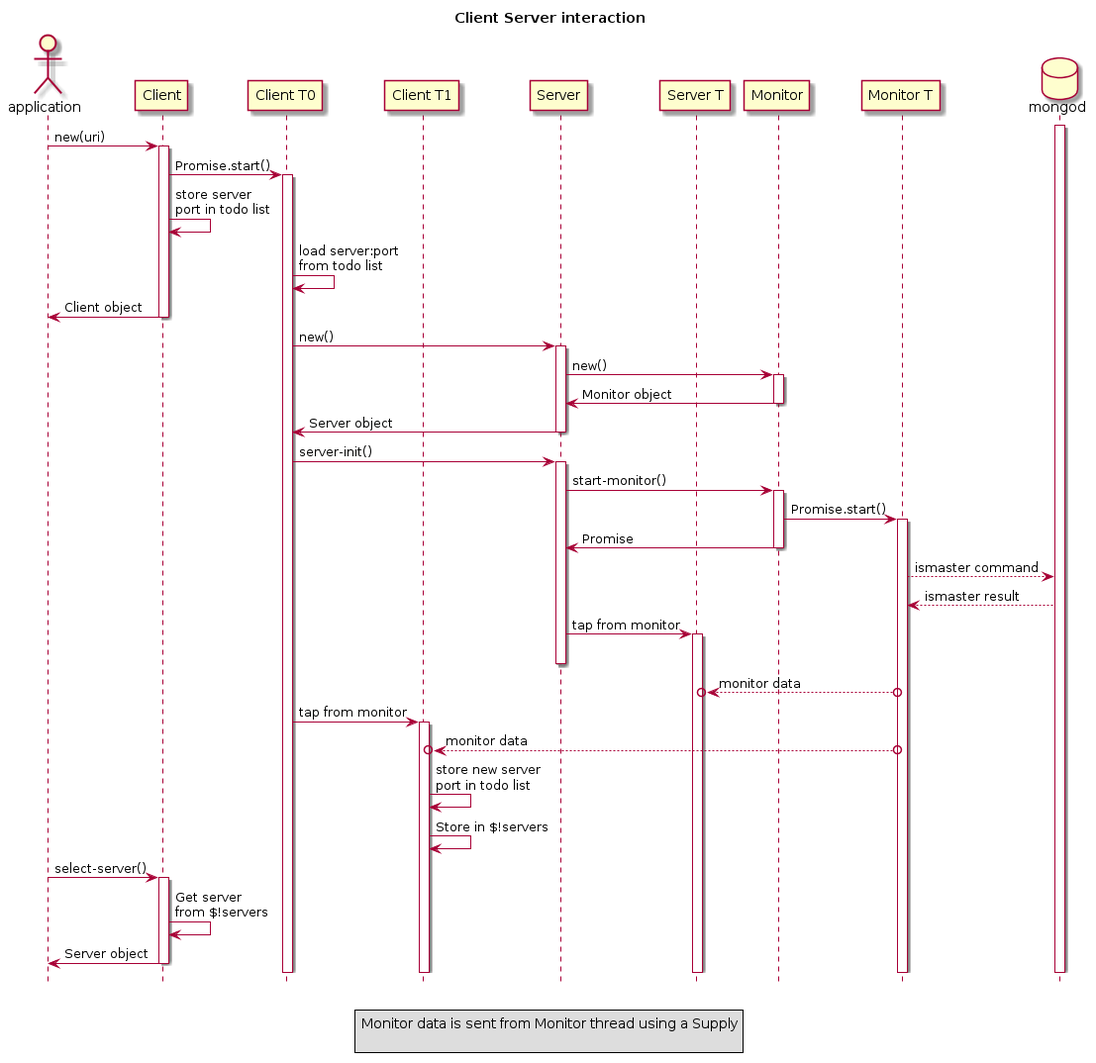
Before: doc/Design/client-server-int1.png, a diagram exported from PlantUML (MARTIMM/raku-mongodb-driver).
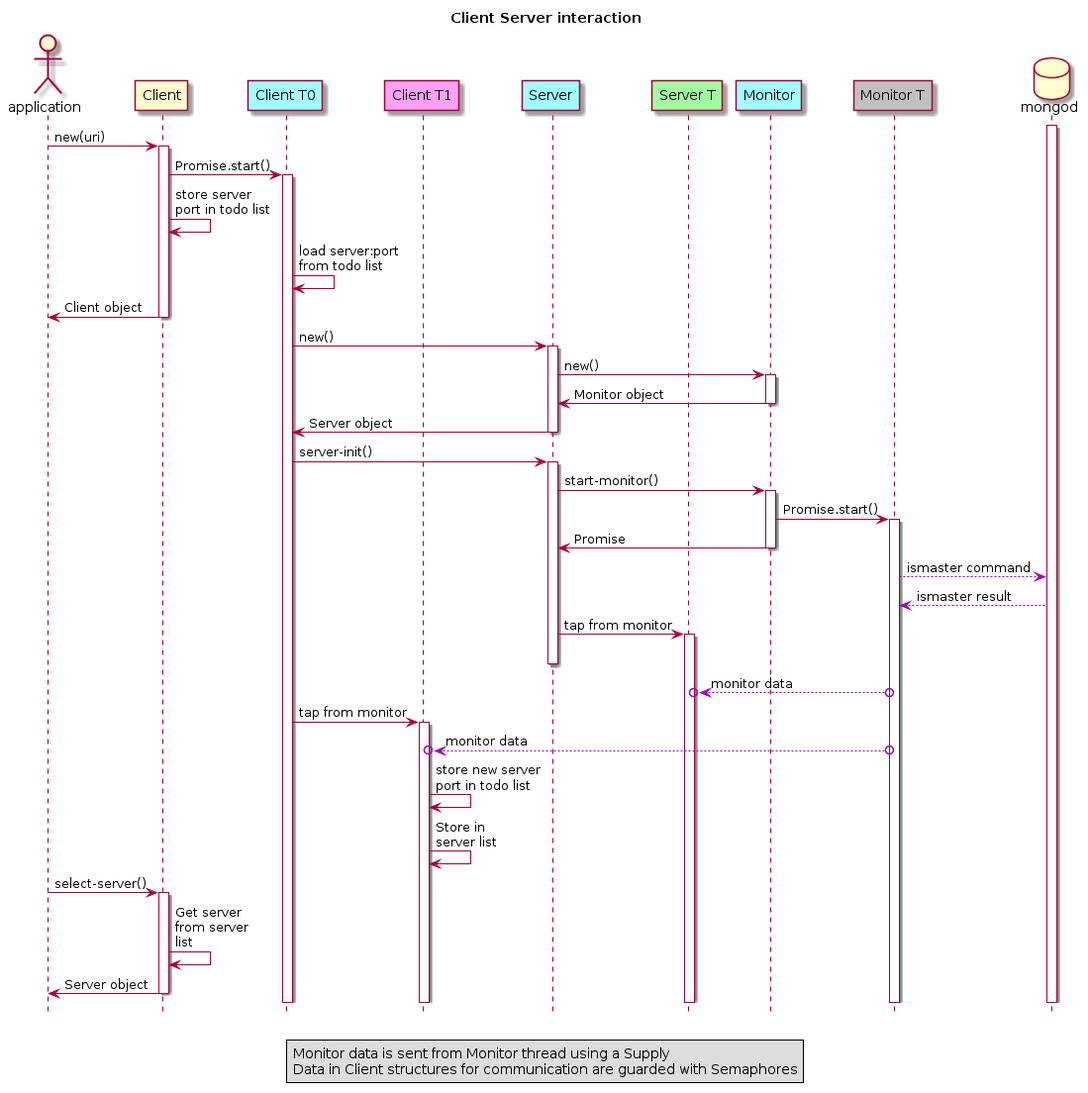
After the commit.

What changed in the source:
```diff
@@ -5,12 +5,12 @@
 
 actor application as app
 participant Client
-participant "Client T0" as Clt0
-participant "Client T1" as Clt1
-participant Server
-participant "Server T" as Srvt0
-participant Monitor
-participant "Monitor T" as Mnt0
+participant "Client T0" as Clt0 #a0fefe
+participant "Client T1" as Clt1 #fea0fe
+participant Server              #a0fefe
+participant "Server T" as Srvt0 #a0fea0
+participant Monitor             #a0fefe
+participant "Monitor T" as Mnt0 #c0c0c0
 database mongod
 activate mongod
 
@@ -46,36 +46,34 @@
 Monitor -> Server: Promise
 deactivate Monitor
 
-Mnt0 --> mongod: ismaster command
-mongod --> Mnt0: ismaster result
+Mnt0 -[#a000bf]-> mongod: ismaster command
+mongod -[#a000bf]-> Mnt0: ismaster result
 Server -> Srvt0: tap from monitor
 activate Srvt0
 deactivate Server
 
-Mnt0 o-->o Srvt0: monitor data
+Mnt0 o-[#a000bf]->o Srvt0: monitor data
 
 Clt0 -> Clt1: tap from monitor
 activate Clt1
-Mnt0 o-->o Clt1: monitor data
+Mnt0 o-[#a000bf]->o Clt1: monitor data
 
 Clt1 -> Clt1: store new server\nport in todo list
 
-Clt1 -> Clt1: Store in $!servers
-
-
+Clt1 -> Clt1: Store in\nserver list
 
 
 
 
 app -> Client: select-server()
 activate Client
-Client -> Client: Get server\nfrom $!servers
+Client -> Client: Get server\nfrom server\nlist
 Client -> app: Server object
 deactivate Client
 
 legend
 Monitor data is sent from Monitor thread using a Supply
-
+Data in Client structures for communication are guarded with Semaphores
 end legend
 
 @enduml
```
